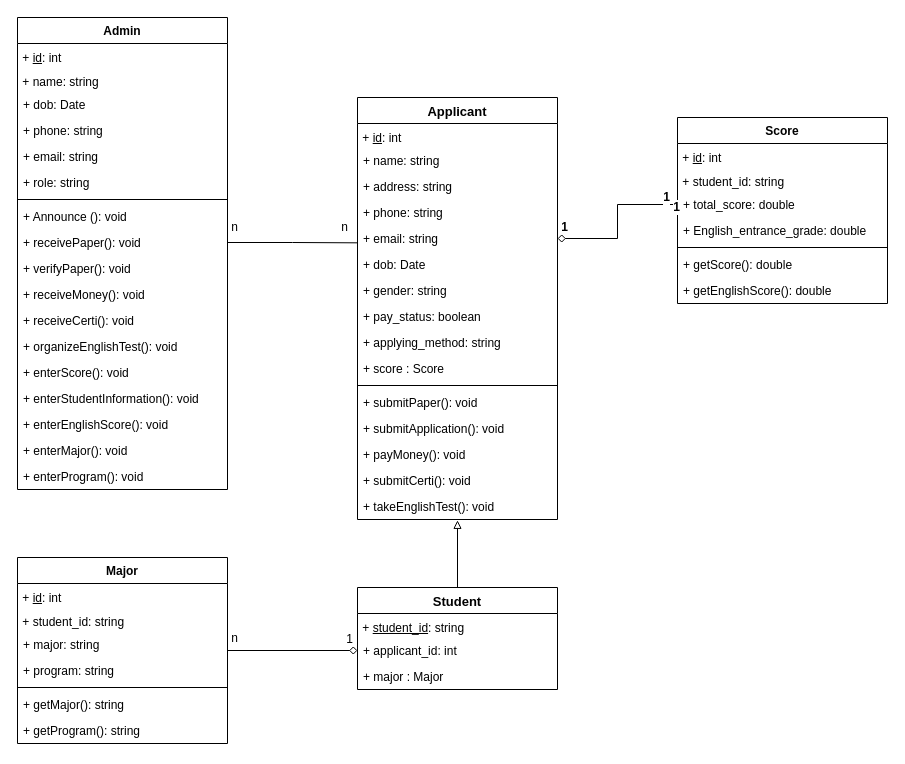
This is Lab 6/Topic 1_Student Enrollment.drawio from JavaKhangNguyen/LabOOAD, a draw.io file, before an edit. Source tidied: cells renumbered, new cells numbered last; positions are measured from the earlier drawing's top-left corner, leaving out a move shared by most shapes. Both pictures are drawn from the tidied source at 100%, with x=0, y=0 at pixel (17, 17).
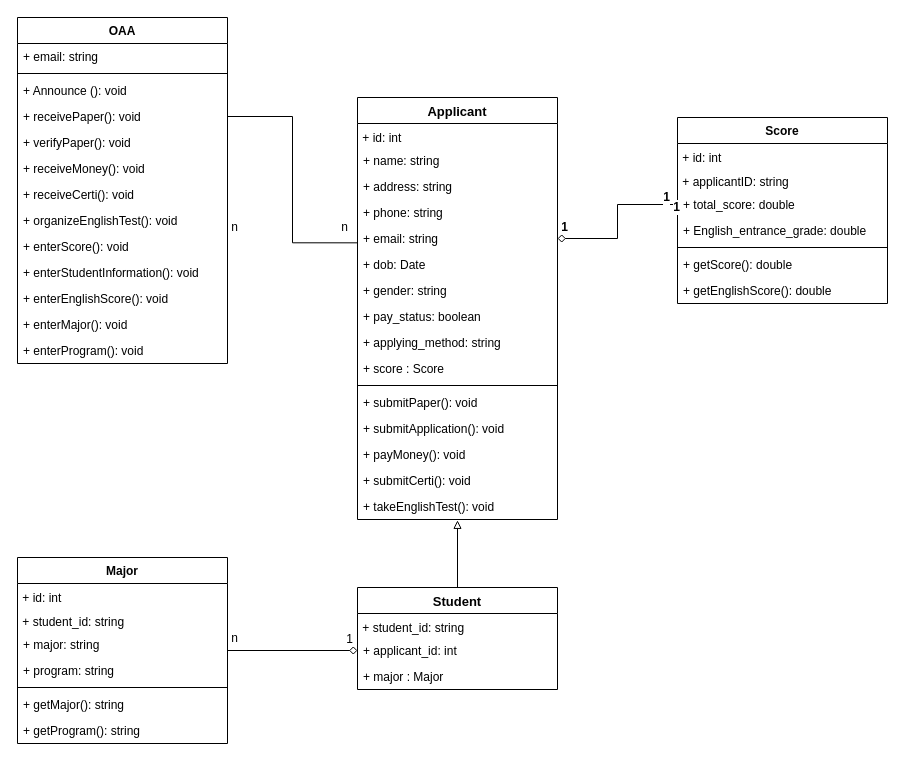
The same diagram, later.

Unchanged cells that the change refers to:
```xml
<mxCell id="2" value="Applicant" style="swimlane;fontStyle=1;horizontal=1;startSize=26;fillColor=none;fontSize=13;" parent="1" vertex="1">
  <mxGeometry x="340" y="80" width="200" height="422" as="geometry" />
</mxCell>
<mxCell id="19" value="Student" style="swimlane;fontStyle=1;horizontal=1;startSize=26;fillColor=none;fontSize=13;" parent="1" vertex="1">
  <mxGeometry x="340" y="570" width="200" height="102" as="geometry" />
</mxCell>
<mxCell id="24" value="Score" style="swimlane;fontStyle=1;align=center;verticalAlign=top;horizontal=1;startSize=26;fontSize=12;" parent="1" vertex="1">
  <mxGeometry x="660" y="100" width="210" height="186" as="geometry" />
</mxCell>
<mxCell id="34" value="Major" style="swimlane;fontStyle=1;align=center;verticalAlign=top;horizontal=1;startSize=26;fontSize=12;" parent="1" vertex="1">
  <mxGeometry y="540" width="210" height="186" as="geometry" />
</mxCell>
```

Diff of the diagram source:
```diff
@@
-    <mxCell id="3" value="&amp;nbsp;+ &lt;u&gt;id&lt;/u&gt;: int" style="text;html=1;strokeColor=none;fillColor=none;align=left;verticalAlign=bottom;whiteSpace=wrap;rounded=0;fontSize=12;" parent="2" vertex="1">
+    <mxCell id="3" value="&amp;nbsp;+ id: int" style="text;html=1;strokeColor=none;fillColor=none;align=left;verticalAlign=bottom;whiteSpace=wrap;rounded=0;fontSize=12;" parent="2" vertex="1">
       <mxGeometry y="26" width="200" height="24" as="geometry" />
     </mxCell>
@@
-    <mxCell id="20" value="&amp;nbsp;+ &lt;u&gt;student_id&lt;/u&gt;: string" style="text;html=1;strokeColor=none;fillColor=none;align=left;verticalAlign=bottom;whiteSpace=wrap;rounded=0;fontSize=12;" parent="19" vertex="1">
+    <mxCell id="20" value="&amp;nbsp;+ student_id: string" style="text;html=1;strokeColor=none;fillColor=none;align=left;verticalAlign=bottom;whiteSpace=wrap;rounded=0;fontSize=12;" parent="19" vertex="1">
       <mxGeometry y="26" width="200" height="24" as="geometry" />
     </mxCell>
@@
-    <mxCell id="25" value="&amp;nbsp;+ &lt;u&gt;id&lt;/u&gt;: int" style="text;html=1;strokeColor=none;fillColor=none;align=left;verticalAlign=bottom;whiteSpace=wrap;rounded=0;fontSize=12;" parent="24" vertex="1">
+    <mxCell id="25" value="&amp;nbsp;+ id: int" style="text;html=1;strokeColor=none;fillColor=none;align=left;verticalAlign=bottom;whiteSpace=wrap;rounded=0;fontSize=12;" parent="24" vertex="1">
       <mxGeometry y="26" width="210" height="24" as="geometry" />
     </mxCell>
-    <mxCell id="26" value="&amp;nbsp;+ student_id: string" style="text;html=1;strokeColor=none;fillColor=none;align=left;verticalAlign=bottom;whiteSpace=wrap;rounded=0;fontSize=12;" parent="24" vertex="1">
+    <mxCell id="26" value="&amp;nbsp;+ applicantID: string" style="text;html=1;strokeColor=none;fillColor=none;align=left;verticalAlign=bottom;whiteSpace=wrap;rounded=0;fontSize=12;" parent="24" vertex="1">
       <mxGeometry y="50" width="210" height="24" as="geometry" />
     </mxCell>
@@
-    <mxCell id="35" value="&amp;nbsp;+ &lt;u&gt;id&lt;/u&gt;: int" style="text;html=1;strokeColor=none;fillColor=none;align=left;verticalAlign=bottom;whiteSpace=wrap;rounded=0;fontSize=12;" parent="34" vertex="1">
+    <mxCell id="35" value="&amp;nbsp;+ id: int" style="text;html=1;strokeColor=none;fillColor=none;align=left;verticalAlign=bottom;whiteSpace=wrap;rounded=0;fontSize=12;" parent="34" vertex="1">
       <mxGeometry y="26" width="210" height="24" as="geometry" />
     </mxCell>
@@
-    <mxCell id="42" value="Admin" style="swimlane;fontStyle=1;align=center;verticalAlign=top;horizontal=1;startSize=26;fontSize=12;" parent="1" vertex="1">
-      <mxGeometry width="210" height="472" as="geometry" />
+    <mxCell id="42" value="OAA" style="swimlane;fontStyle=1;align=center;verticalAlign=top;horizontal=1;startSize=26;fontSize=12;" parent="1" vertex="1">
+      <mxGeometry width="210" height="346" as="geometry" />
     </mxCell>
-    <mxCell id="43" value="&amp;nbsp;+ &lt;u&gt;id&lt;/u&gt;: int" style="text;html=1;strokeColor=none;fillColor=none;align=left;verticalAlign=bottom;whiteSpace=wrap;rounded=0;fontSize=12;" parent="42" vertex="1">
-      <mxGeometry y="26" width="210" height="24" as="geometry" />
-    </mxCell>
-    <mxCell id="44" value="&amp;nbsp;+ name: string" style="text;html=1;strokeColor=none;fillColor=none;align=left;verticalAlign=bottom;whiteSpace=wrap;rounded=0;fontSize=12;" parent="42" vertex="1">
-      <mxGeometry y="50" width="210" height="24" as="geometry" />
-    </mxCell>
-    <mxCell id="45" value="+ dob: Date" style="text;strokeColor=none;fillColor=none;align=left;verticalAlign=top;spacingLeft=4;spacingRight=4;overflow=hidden;" parent="42" vertex="1">
-      <mxGeometry y="74" width="210" height="26" as="geometry" />
-    </mxCell>
-    <mxCell id="46" value="+ phone: string" style="text;strokeColor=none;fillColor=none;align=left;verticalAlign=top;spacingLeft=4;spacingRight=4;overflow=hidden;" parent="42" vertex="1">
-      <mxGeometry y="100" width="210" height="26" as="geometry" />
-    </mxCell>
     <mxCell id="47" value="+ email: string" style="text;strokeColor=none;fillColor=none;align=left;verticalAlign=top;spacingLeft=4;spacingRight=4;overflow=hidden;" parent="42" vertex="1">
-      <mxGeometry y="126" width="210" height="26" as="geometry" />
+      <mxGeometry y="26" width="210" height="26" as="geometry" />
     </mxCell>
-    <mxCell id="48" value="+ role: string" style="text;strokeColor=none;fillColor=none;align=left;verticalAlign=top;spacingLeft=4;spacingRight=4;overflow=hidden;" parent="42" vertex="1">
-      <mxGeometry y="152" width="210" height="26" as="geometry" />
-    </mxCell>
     <mxCell id="49" style="line;strokeWidth=1;fillColor=none;align=left;verticalAlign=middle;spacingTop=-1;spacingLeft=3;spacingRight=3;labelPosition=right;fontSize=12;" parent="42" vertex="1">
-      <mxGeometry y="178" width="210" height="8" as="geometry" />
+      <mxGeometry y="52" width="210" height="8" as="geometry" />
     </mxCell>
     <mxCell id="50" value="+ Announce (): void" style="text;strokeColor=none;fillColor=none;align=left;verticalAlign=top;spacingLeft=4;spacingRight=4;overflow=hidden;fontSize=12;" parent="42" vertex="1">
-      <mxGeometry y="186" width="210" height="26" as="geometry" />
+      <mxGeometry y="60" width="210" height="26" as="geometry" />
     </mxCell>
     <mxCell id="51" value="+ receivePaper(): void" style="text;strokeColor=none;fillColor=none;align=left;verticalAlign=top;spacingLeft=4;spacingRight=4;overflow=hidden;points=[[0,0.5],[1,0.5]];portConstraint=eastwest;fontSize=12;" parent="42" vertex="1">
-      <mxGeometry y="212" width="210" height="26" as="geometry" />
+      <mxGeometry y="86" width="210" height="26" as="geometry" />
     </mxCell>
     <mxCell id="52" value="+ verifyPaper(): void" style="text;strokeColor=none;fillColor=none;align=left;verticalAlign=top;spacingLeft=4;spacingRight=4;overflow=hidden;fontSize=12;" parent="42" vertex="1">
-      <mxGeometry y="238" width="210" height="26" as="geometry" />
+      <mxGeometry y="112" width="210" height="26" as="geometry" />
     </mxCell>
     <mxCell id="53" value="+ receiveMoney(): void" style="text;strokeColor=none;fillColor=none;align=left;verticalAlign=top;spacingLeft=4;spacingRight=4;overflow=hidden;fontSize=12;" parent="42" vertex="1">
-      <mxGeometry y="264" width="210" height="26" as="geometry" />
+      <mxGeometry y="138" width="210" height="26" as="geometry" />
     </mxCell>
     <mxCell id="54" value="+ receiveCerti(): void" style="text;strokeColor=none;fillColor=none;align=left;verticalAlign=top;spacingLeft=4;spacingRight=4;overflow=hidden;fontSize=12;" parent="42" vertex="1">
-      <mxGeometry y="290" width="210" height="26" as="geometry" />
+      <mxGeometry y="164" width="210" height="26" as="geometry" />
     </mxCell>
     <mxCell id="55" value="+ organizeEnglishTest(): void" style="text;strokeColor=none;fillColor=none;align=left;verticalAlign=top;spacingLeft=4;spacingRight=4;overflow=hidden;fontSize=12;" parent="42" vertex="1">
-      <mxGeometry y="316" width="210" height="26" as="geometry" />
+      <mxGeometry y="190" width="210" height="26" as="geometry" />
     </mxCell>
     <mxCell id="56" value="+ enterScore(): void" style="text;strokeColor=none;fillColor=none;align=left;verticalAlign=top;spacingLeft=4;spacingRight=4;overflow=hidden;fontSize=12;" parent="42" vertex="1">
-      <mxGeometry y="342" width="210" height="26" as="geometry" />
+      <mxGeometry y="216" width="210" height="26" as="geometry" />
     </mxCell>
     <mxCell id="57" value="+ enterStudentInformation(): void" style="text;strokeColor=none;fillColor=none;align=left;verticalAlign=top;spacingLeft=4;spacingRight=4;overflow=hidden;fontSize=12;" parent="42" vertex="1">
-      <mxGeometry y="368" width="210" height="26" as="geometry" />
+      <mxGeometry y="242" width="210" height="26" as="geometry" />
     </mxCell>
     <mxCell id="58" value="+ enterEnglishScore(): void" style="text;strokeColor=none;fillColor=none;align=left;verticalAlign=top;spacingLeft=4;spacingRight=4;overflow=hidden;fontSize=12;" parent="42" vertex="1">
-      <mxGeometry y="394" width="210" height="26" as="geometry" />
+      <mxGeometry y="268" width="210" height="26" as="geometry" />
     </mxCell>
     <mxCell id="59" value="+ enterMajor(): void" style="text;strokeColor=none;fillColor=none;align=left;verticalAlign=top;spacingLeft=4;spacingRight=4;overflow=hidden;fontSize=12;" parent="42" vertex="1">
-      <mxGeometry y="420" width="210" height="26" as="geometry" />
+      <mxGeometry y="294" width="210" height="26" as="geometry" />
     </mxCell>
     <mxCell id="60" value="+ enterProgram(): void" style="text;strokeColor=none;fillColor=none;align=left;verticalAlign=top;spacingLeft=4;spacingRight=4;overflow=hidden;fontSize=12;" parent="42" vertex="1">
-      <mxGeometry y="446" width="210" height="26" as="geometry" />
+      <mxGeometry y="320" width="210" height="26" as="geometry" />
     </mxCell>
```
